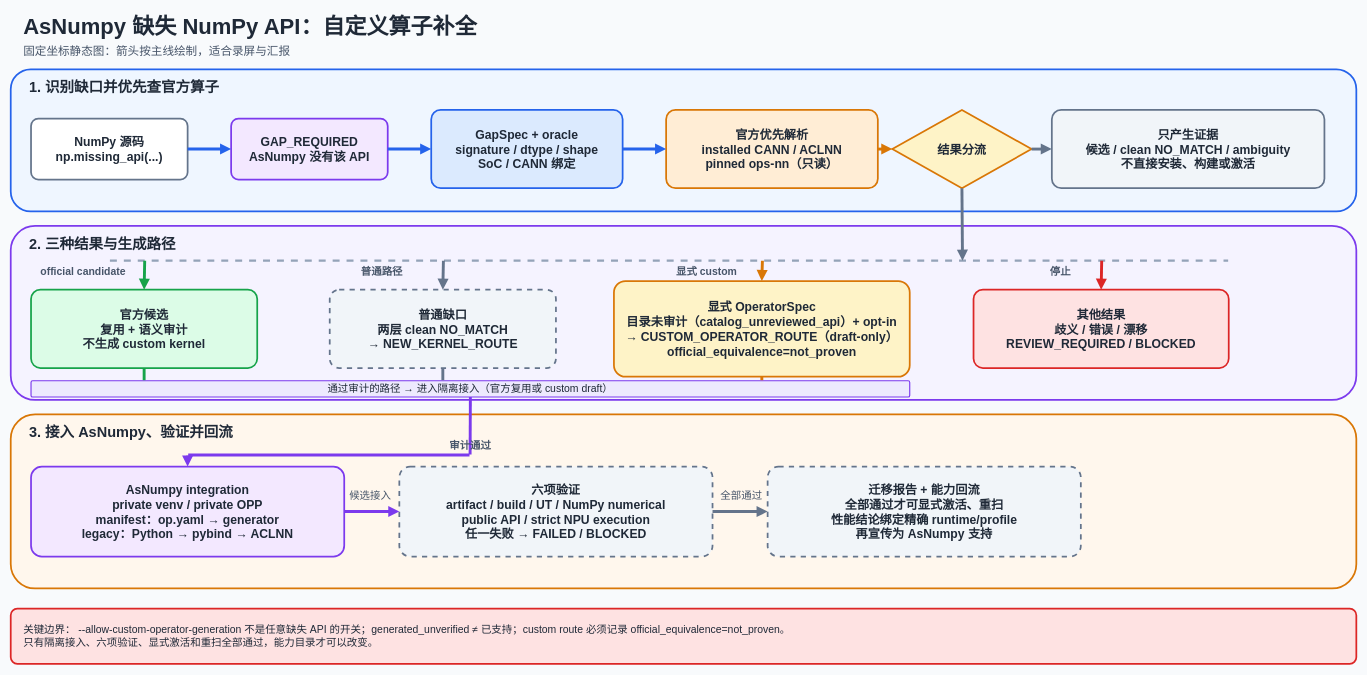
The draw.io diagram docs/numpilot-asnumpy-custom-operator-flow.drawio in DEGger21/numpilot, before the edit. Source tidied: cells renumbered, new cells numbered last; positions are measured from the earlier drawing's top-left corner, leaving out a move shared by most shapes. Both pictures are drawn from the tidied source at 58%, with x=0, y=0 at pixel (10, 10).
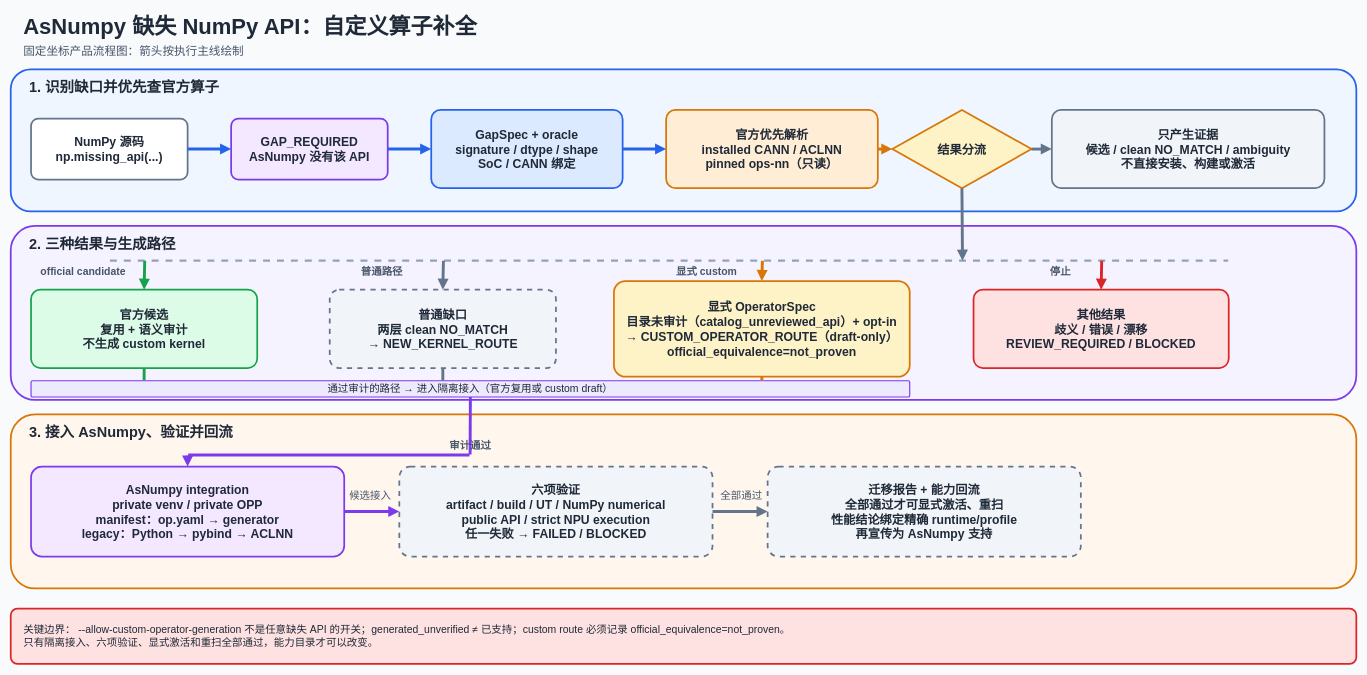
Above is the later version.

Change to the diagram source:
```diff
@@
-    <mxCell id="7" value="固定坐标静态图：箭头按主线绘制，适合录屏与汇报" style="text;html=1;align=left;verticalAlign=middle;whiteSpace=wrap;fontSize=20;fontColor=#475569;" parent="1" vertex="1">
+    <mxCell id="7" value="固定坐标产品流程图：箭头按执行主线绘制" style="text;html=1;align=left;verticalAlign=middle;whiteSpace=wrap;fontSize=20;fontColor=#475569;" parent="1" vertex="1">
       <mxGeometry x="20" y="54" width="1100" height="32" as="geometry" />
     </mxCell>
```
